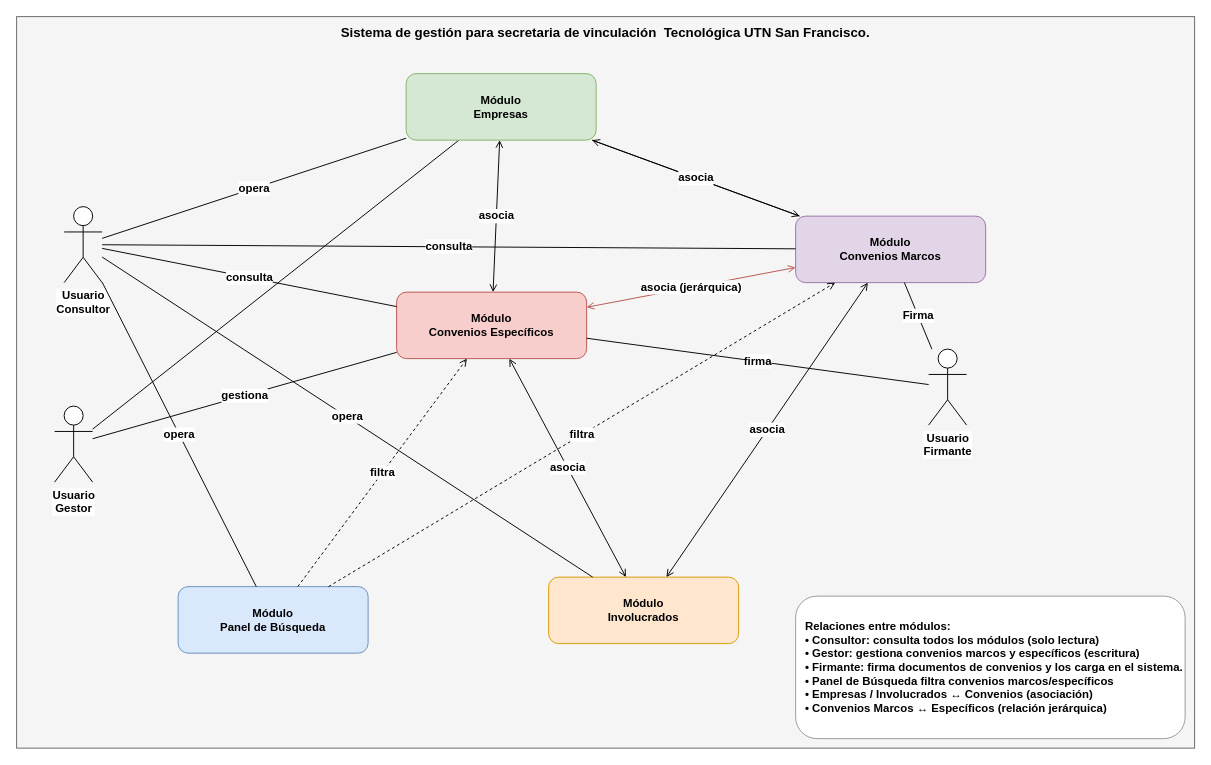
This is page "06 - Vista de Conjunto" (6 of 6) of docs/Diagrama Casos de Uso.drawio from FacundoZin/ConveniosUTNSanFrancisco, a draw.io file, before an edit. Source tidied: cells renumbered, new cells numbered last; positions are measured from the earlier drawing's top-left corner, leaving out a move shared by most shapes. Both pictures are drawn from the tidied source at 95%, with x=0, y=0 at pixel (16, 16).
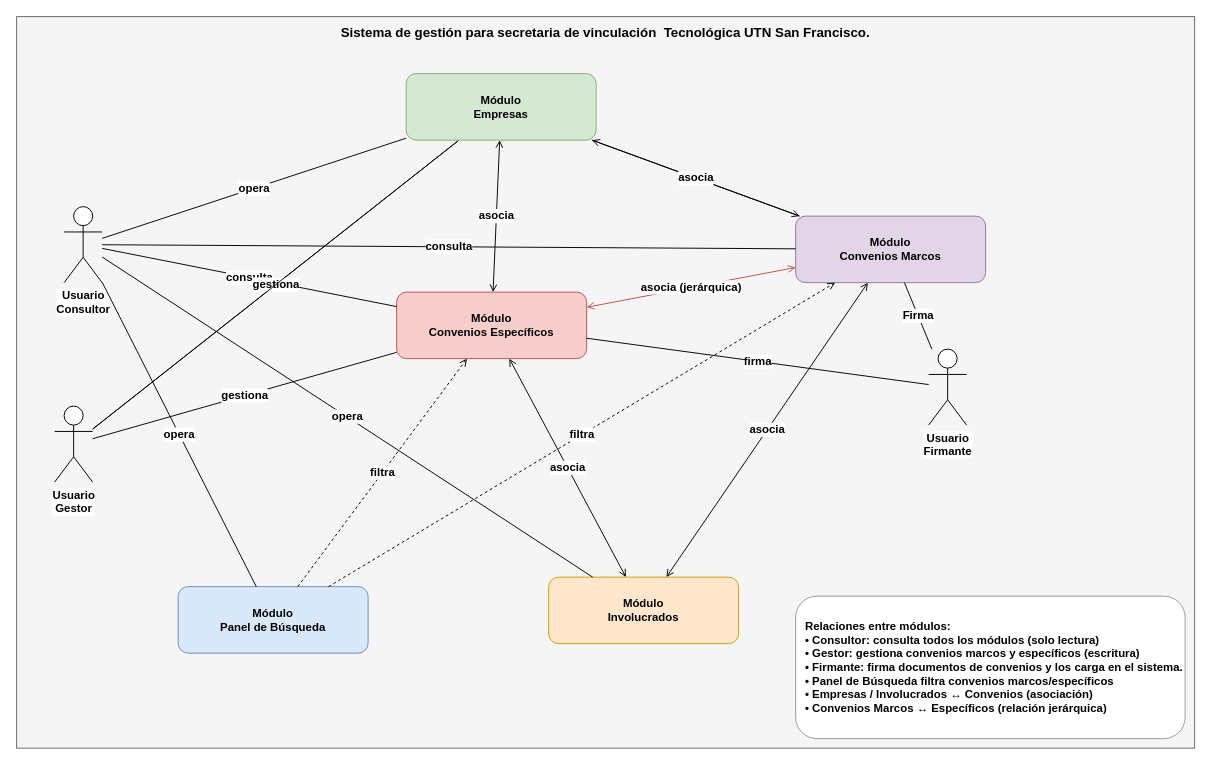
The same page after the edit.

Unchanged cells that the change refers to:
```xml
<mxCell id="4" value="Usuario&#10;Gestor" style="shape=umlActor;verticalLabelPosition=bottom;labelBackgroundColor=#ffffff;verticalAlign=top;html=1;outlineConnect=0;fontSize=12;fontStyle=1;" parent="1" vertex="1">
  <mxGeometry x="40" y="410" width="40" height="80" as="geometry" />
</mxCell>
<mxCell id="28" value="Módulo&#10;Empresas" style="rounded=1;whiteSpace=wrap;html=1;fillColor=#d5e8d4;strokeColor=#82b366;fontSize=12;fontStyle=1;align=center;" parent="1" vertex="1">
  <mxGeometry x="410" y="60" width="200" height="70" as="geometry" />
</mxCell>
```

Change to the diagram source:
```diff
@@
+    <mxCell id="29" value="&lt;b&gt;&lt;font style=&quot;font-size: 12px;&quot;&gt;gestiona&lt;/font&gt;&lt;/b&gt;" style="endArrow=none;html=1;fontSize=10;" parent="1" edge="1" source="4" target="28">
+      <mxGeometry relative="1" as="geometry" />
+    </mxCell>
```
